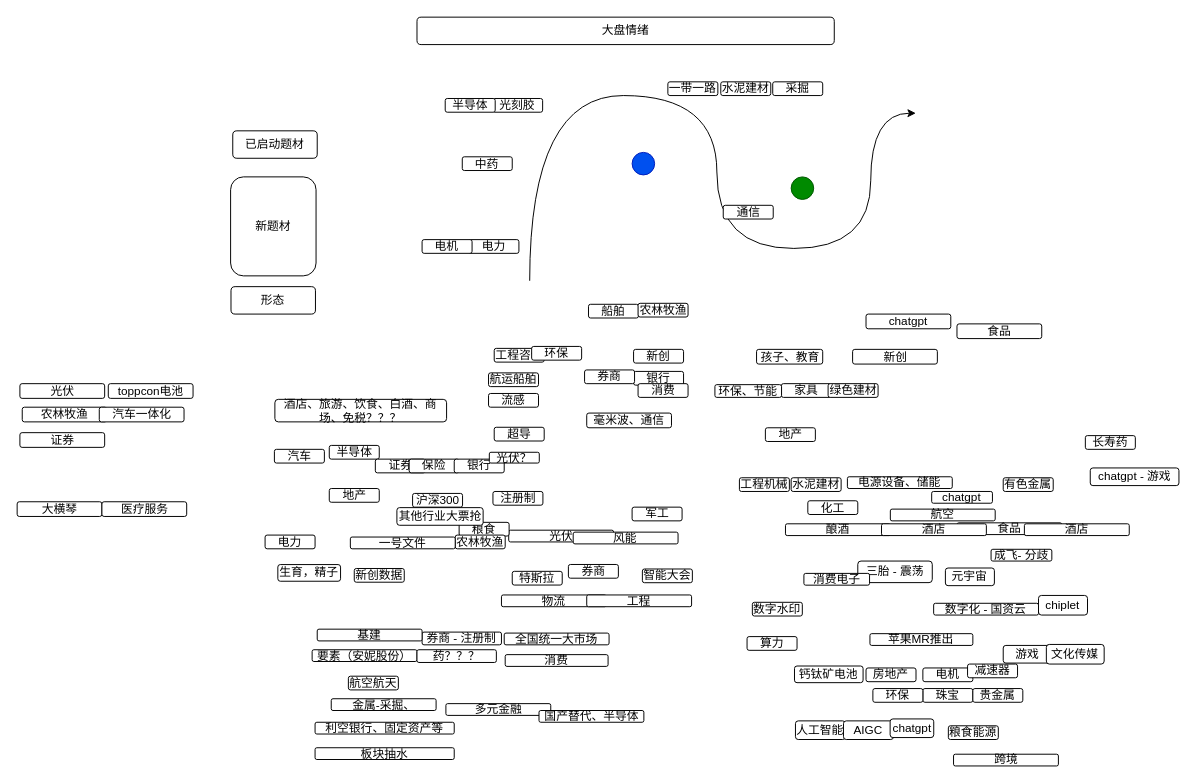
Before: menus/每日头脑风暴.drawio in Asamiyaa/microservice-k8s-yun, a draw.io diagram. Source tidied: cells renumbered, new cells numbered last; positions are measured from the earlier drawing's top-left corner, leaving out a move shared by most shapes. Both pictures are drawn from the tidied source at 98%, with x=0, y=0 at pixel (17, 17).
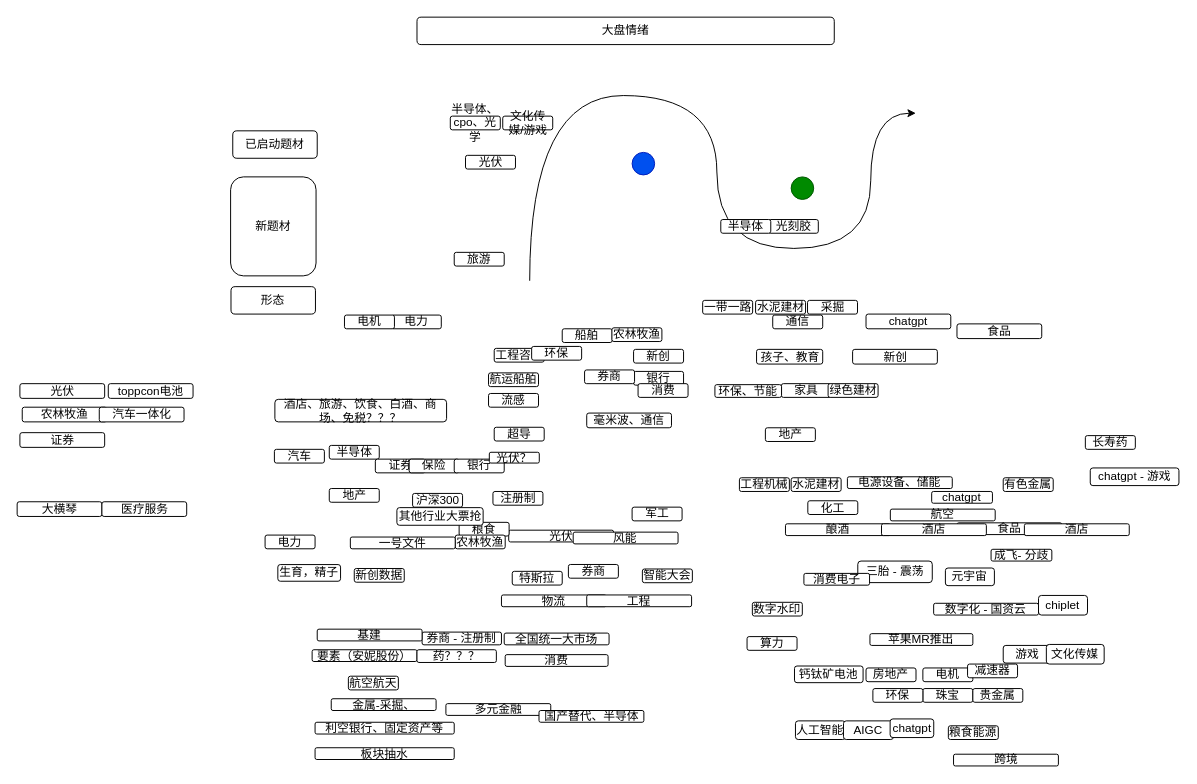
The same page after the edit.

Commit message:
更新每日头脑风暴.drawio

What changed in the source:
```diff
@@
     <mxCell id="102" value="光刻胶" style="rounded=1;whiteSpace=wrap;html=1;" parent="1" vertex="1">
-      <mxGeometry x="485.2" y="83" width="51" height="14" as="geometry" />
+      <mxGeometry x="766.5" y="206.5" width="51" height="14" as="geometry" />
     </mxCell>
     <mxCell id="103" value="通信" style="rounded=1;whiteSpace=wrap;html=1;" parent="1" vertex="1">
-      <mxGeometry x="720.5" y="192" width="51" height="14" as="geometry" />
+      <mxGeometry x="771" y="304" width="51" height="14" as="geometry" />
     </mxCell>
@@
     <mxCell id="105" value="半导体" style="rounded=1;whiteSpace=wrap;html=1;" parent="1" vertex="1">
-      <mxGeometry x="436.8" y="83" width="51" height="14" as="geometry" />
+      <mxGeometry x="718" y="206.5" width="51" height="14" as="geometry" />
     </mxCell>
     <mxCell id="106" value="船舶" style="rounded=1;whiteSpace=wrap;html=1;" parent="1" vertex="1">
-      <mxGeometry x="583" y="293" width="51" height="14" as="geometry" />
+      <mxGeometry x="556.2" y="318" width="51" height="14" as="geometry" />
     </mxCell>
     <mxCell id="107" value="农林牧渔" style="rounded=1;whiteSpace=wrap;html=1;" parent="1" vertex="1">
-      <mxGeometry x="633.6" y="292" width="51" height="14" as="geometry" />
+      <mxGeometry x="606.9" y="317" width="51" height="14" as="geometry" />
     </mxCell>
@@
     <mxCell id="110" value="电力" style="rounded=1;whiteSpace=wrap;html=1;" parent="1" vertex="1">
-      <mxGeometry x="461" y="227" width="51" height="14" as="geometry" />
+      <mxGeometry x="381.8" y="304" width="51" height="14" as="geometry" />
     </mxCell>
@@
-    <mxCell id="113" value="中药" style="rounded=1;whiteSpace=wrap;html=1;" parent="1" vertex="1">
-      <mxGeometry x="454.2" y="142.5" width="51" height="14" as="geometry" />
+    <mxCell id="113" value="文化传媒/游戏" style="rounded=1;whiteSpace=wrap;html=1;" parent="1" vertex="1">
+      <mxGeometry x="495.5" y="101" width="51" height="14" as="geometry" />
     </mxCell>
     <mxCell id="114" value="电机" style="rounded=1;whiteSpace=wrap;html=1;" parent="1" vertex="1">
-      <mxGeometry x="413.2" y="227" width="51" height="14" as="geometry" />
+      <mxGeometry x="334" y="304" width="51" height="14" as="geometry" />
     </mxCell>
     <mxCell id="115" value="一带一路" style="rounded=1;whiteSpace=wrap;html=1;" parent="1" vertex="1">
-      <mxGeometry x="664" y="66" width="51" height="14" as="geometry" />
+      <mxGeometry x="699.5" y="289" width="51" height="14" as="geometry" />
     </mxCell>
     <mxCell id="116" value="水泥建材" style="rounded=1;whiteSpace=wrap;html=1;" parent="1" vertex="1">
-      <mxGeometry x="718" y="66" width="51" height="14" as="geometry" />
+      <mxGeometry x="753.5" y="289" width="51" height="14" as="geometry" />
     </mxCell>
     <mxCell id="117" value="采掘" style="rounded=1;whiteSpace=wrap;html=1;" parent="1" vertex="1">
-      <mxGeometry x="771" y="66" width="51" height="14" as="geometry" />
+      <mxGeometry x="806.5" y="289" width="51" height="14" as="geometry" />
     </mxCell>
+    <mxCell id="118" value="半导体、cpo、光学" style="rounded=1;whiteSpace=wrap;html=1;" parent="1" vertex="1">
+      <mxGeometry x="442" y="101" width="51" height="14" as="geometry" />
+    </mxCell>
+    <mxCell id="119" value="光伏" style="rounded=1;whiteSpace=wrap;html=1;" parent="1" vertex="1">
+      <mxGeometry x="457.5" y="141" width="51" height="14" as="geometry" />
+    </mxCell>
+    <mxCell id="120" value="旅游" style="rounded=1;whiteSpace=wrap;html=1;" parent="1" vertex="1">
+      <mxGeometry x="446" y="240" width="51" height="14" as="geometry" />
+    </mxCell>
```
